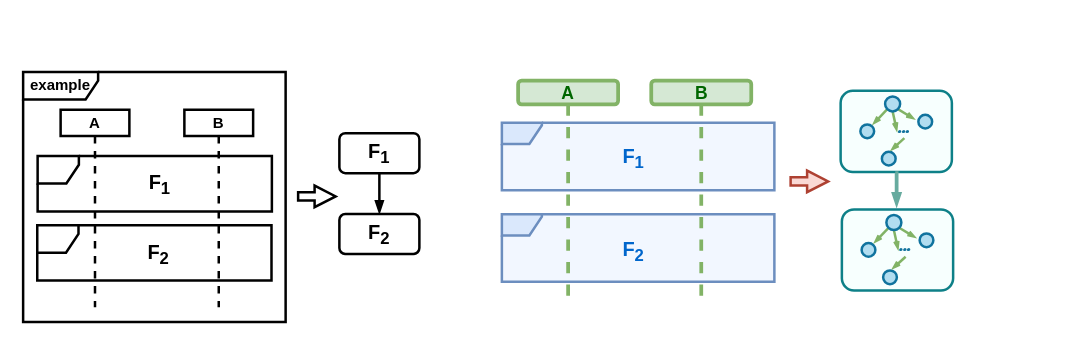
Before: seq.drawio in ShiYufei0708/draw, a draw.io diagram. Source tidied: cells renumbered, new cells numbered last; positions are measured from the earlier drawing's top-left corner, leaving out a move shared by most shapes. Both pictures are drawn from the tidied source at 125%, with x=0, y=0 at pixel (22, 21).
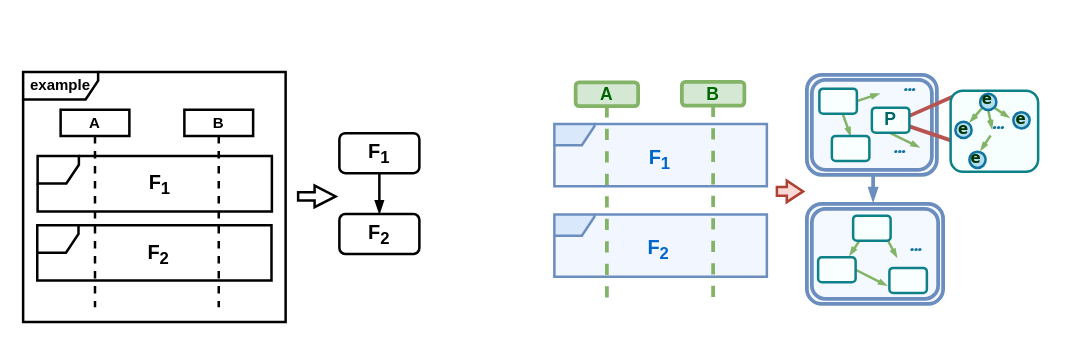
Above is the later version.

The edit, as a diff of the source:
```diff
@@
-    <mxCell id="2" style="shape=umlFrame;whiteSpace=wrap;html=1;width=32;height=17;fillColor=#dae8fc;strokeColor=#6c8ebf;fillStyle=auto;shadow=0;strokeWidth=2;swimlaneFillColor=light-dark(#F2F7FF,#002813);" parent="1" vertex="1">
-      <mxGeometry x="383" y="153.8" width="218" height="54" as="geometry" />
-    </mxCell>
+    <mxCell id="44" style="edgeStyle=orthogonalEdgeStyle;rounded=0;orthogonalLoop=1;jettySize=auto;html=1;exitX=0.75;exitY=1;exitDx=0;exitDy=0;entryX=0.75;entryY=0;entryDx=0;entryDy=0;endArrow=blockThin;endFill=1;strokeWidth=3;strokeColor=light-dark(#6c8ebf, #EDEDED);endSize=4;" parent="1" edge="1">
+      <mxGeometry relative="1" as="geometry">
+        <mxPoint x="680" y="117.1" as="sourcePoint" />
+        <mxPoint x="680" y="143.7" as="targetPoint" />
+      </mxGeometry>
+    </mxCell>
@@
-    <mxCell id="15" style="shape=umlFrame;whiteSpace=wrap;html=1;width=32;height=17;fillColor=#dae8fc;strokeColor=#6c8ebf;fillStyle=auto;shadow=0;strokeWidth=2;swimlaneFillColor=light-dark(#F2F7FF,#002813);" parent="1" vertex="1">
-      <mxGeometry x="383" y="80.7" width="218" height="54" as="geometry" />
-    </mxCell>
-    <mxCell id="16" value="&lt;font face=&quot;Helvetica&quot; style=&quot;color: rgb(0, 102, 0); font-size: 14px;&quot;&gt;&lt;b style=&quot;&quot;&gt;A&lt;/b&gt;&lt;/font&gt;" style="shape=umlLifeline;perimeter=lifelinePerimeter;whiteSpace=wrap;html=1;newEdgeStyle={&quot;curved&quot;:0,&quot;rounded&quot;:0};size=19;fillColor=#d5e8d4;strokeColor=#82b366;strokeWidth=3;rounded=1;shadow=0;" parent="1" vertex="1">
-      <mxGeometry x="396" y="47" width="80" height="175" as="geometry" />
-    </mxCell>
-    <mxCell id="17" value="&lt;font face=&quot;Helvetica&quot; style=&quot;color: rgb(0, 102, 0); font-size: 14px;&quot;&gt;&lt;b style=&quot;&quot;&gt;B&lt;/b&gt;&lt;/font&gt;" style="shape=umlLifeline;perimeter=lifelinePerimeter;whiteSpace=wrap;html=1;newEdgeStyle={&quot;curved&quot;:0,&quot;rounded&quot;:0};size=19;fillColor=#d5e8d4;strokeColor=#82b366;strokeWidth=3;rounded=1;shadow=0;" parent="1" vertex="1">
-      <mxGeometry x="502.5" y="47" width="80" height="175" as="geometry" />
-    </mxCell>
-    <mxCell id="18" value="&lt;span style=&quot;font-size: 16px;&quot;&gt;&lt;font style=&quot;color: rgb(0, 102, 204);&quot;&gt;F&lt;sub style=&quot;&quot;&gt;1&lt;/sub&gt;&lt;/font&gt;&lt;/span&gt;" style="text;html=1;align=center;verticalAlign=middle;strokeColor=none;fillColor=none;fontStyle=1;strokeWidth=2;" parent="1" vertex="1">
-      <mxGeometry x="470" y="92" width="35" height="34" as="geometry" />
-    </mxCell>
-    <mxCell id="19" value="&lt;span style=&quot;font-size: 16px;&quot;&gt;&lt;font style=&quot;color: rgb(0, 102, 204);&quot;&gt;F&lt;sub style=&quot;&quot;&gt;2&lt;/sub&gt;&lt;/font&gt;&lt;/span&gt;" style="text;html=1;align=center;verticalAlign=middle;strokeColor=none;fillColor=none;fontStyle=1;strokeWidth=2;" parent="1" vertex="1">
-      <mxGeometry x="470" y="167" width="35" height="34" as="geometry" />
-    </mxCell>
-    <mxCell id="20" style="html=1;shadow=0;dashed=0;align=center;verticalAlign=middle;shape=mxgraph.arrows2.arrow;dy=0.61;dx=16.82;notch=0;strokeWidth=2;fillColor=#fad9d5;strokeColor=#ae4132;" parent="1" vertex="1">
-      <mxGeometry x="614" y="119" width="30" height="17.2" as="geometry" />
+    <mxCell id="20" style="html=1;shadow=0;dashed=0;align=center;verticalAlign=middle;shape=mxgraph.arrows2.arrow;dy=0.59;dx=13.07;notch=0;strokeWidth=2;fillColor=#fad9d5;strokeColor=#ae4132;" parent="1" vertex="1">
+      <mxGeometry x="603" y="127" width="21" height="17.2" as="geometry" />
     </mxCell>
+    <mxCell id="45" style="shape=ext;double=1;rounded=1;whiteSpace=wrap;html=1;fillColor=#F4F9FF;strokeColor=#6c8ebf;strokeWidth=3;" parent="1" vertex="1">
+      <mxGeometry x="627" y="42.3" width="104" height="80" as="geometry" />
+    </mxCell>
+    <mxCell id="46" style="shape=ext;double=1;rounded=1;whiteSpace=wrap;html=1;fillColor=#F4F9FF;strokeColor=#6c8ebf;strokeWidth=3;" parent="1" vertex="1">
+      <mxGeometry x="627" y="145.6" width="109" height="80" as="geometry" />
+    </mxCell>
+    <mxCell id="47" style="rounded=0;jettySize=auto;html=1;entryX=0.5;entryY=0;entryDx=0;entryDy=0;endArrow=blockThin;endFill=1;strokeWidth=2;endSize=2;strokeColor=light-dark(#82b366, #319eff);" parent="1" edge="1" source="55" target="48">
+      <mxGeometry relative="1" as="geometry" />
+    </mxCell>
+    <mxCell id="48" style="rounded=1;whiteSpace=wrap;html=1;verticalAlign=bottom;fontStyle=1;strokeWidth=2;fillColor=light-dark(#f8fffe, #103c3f);strokeColor=#0e8088;" parent="1" vertex="1">
+      <mxGeometry x="647" y="91.2" width="30" height="20" as="geometry" />
+    </mxCell>
+    <mxCell id="49" style="rounded=1;whiteSpace=wrap;html=1;verticalAlign=bottom;fontStyle=1;strokeWidth=2;fillColor=light-dark(#f8fffe, #103c3f);strokeColor=#0e8088;" parent="1" vertex="1">
+      <mxGeometry x="693" y="196.8" width="30" height="20" as="geometry" />
+    </mxCell>
+    <mxCell id="50" value="&lt;b&gt;&lt;font style=&quot;font-size: 22px;&quot; face=&quot;Comic Sans MS&quot;&gt;...&lt;/font&gt;&lt;/b&gt;" style="text;html=1;align=center;verticalAlign=middle;strokeColor=none;fillColor=none;fontColor=light-dark(#12739e, #ededed);" parent="1" vertex="1">
+      <mxGeometry x="690" y="158.6" width="47" height="38" as="geometry" />
+    </mxCell>
+    <mxCell id="51" value="&lt;b&gt;&lt;font style=&quot;font-size: 22px;&quot; face=&quot;Comic Sans MS&quot;&gt;...&lt;/font&gt;&lt;/b&gt;" style="text;html=1;align=center;verticalAlign=middle;strokeColor=none;fillColor=none;fontColor=light-dark(#12739e, #ededed);" parent="1" vertex="1">
+      <mxGeometry x="677" y="79.9" width="47" height="38" as="geometry" />
+    </mxCell>
+    <mxCell id="52" value="&lt;b&gt;&lt;font style=&quot;font-size: 22px;&quot; face=&quot;Comic Sans MS&quot;&gt;...&lt;/font&gt;&lt;/b&gt;" style="text;html=1;align=center;verticalAlign=middle;points=[];strokeColor=none;fillColor=none;fontColor=light-dark(#12739e, #ededed);" parent="1" vertex="1">
+      <mxGeometry x="685" y="30.7" width="47" height="38" as="geometry" />
+    </mxCell>
+    <mxCell id="53" style="rounded=0;jettySize=auto;html=1;endArrow=blockThin;endFill=1;strokeWidth=2;endSize=2;strokeColor=light-dark(#82b366, #319eff);exitX=1;exitY=0.5;exitDx=0;exitDy=0;" parent="1" edge="1" source="55" target="52">
+      <mxGeometry relative="1" as="geometry" />
+    </mxCell>
+    <mxCell id="54" style="rounded=0;orthogonalLoop=1;jettySize=auto;html=1;endArrow=blockThin;endFill=1;strokeWidth=2;endSize=2;strokeColor=light-dark(#82b366, #319eff);exitX=0.5;exitY=1;exitDx=0;exitDy=0;" parent="1" edge="1">
+      <mxGeometry relative="1" as="geometry">
+        <mxPoint x="693" y="88.6" as="sourcePoint" />
+        <mxPoint x="717" y="100.3" as="targetPoint" />
+      </mxGeometry>
+    </mxCell>
+    <mxCell id="55" style="rounded=1;whiteSpace=wrap;html=1;verticalAlign=bottom;fontStyle=1;strokeWidth=2;fillColor=light-dark(#f8fffe, #103c3f);strokeColor=#0e8088;" parent="1" vertex="1">
+      <mxGeometry x="637" y="53.4" width="30" height="20" as="geometry" />
+    </mxCell>
+    <mxCell id="56" style="rounded=0;orthogonalLoop=1;jettySize=auto;html=1;entryX=0.5;entryY=0;entryDx=0;entryDy=0;endArrow=blockThin;endFill=1;strokeWidth=2;endSize=2;strokeColor=light-dark(#82b366, #319eff);" parent="1" edge="1">
+      <mxGeometry relative="1" as="geometry">
+        <mxPoint x="692" y="175.3" as="sourcePoint" />
+        <mxPoint x="699" y="188.3" as="targetPoint" />
+      </mxGeometry>
+    </mxCell>
+    <mxCell id="57" style="rounded=0;jettySize=auto;html=1;endArrow=blockThin;endFill=1;strokeWidth=2;endSize=2;strokeColor=light-dark(#82b366, #319eff);exitX=0.154;exitY=1.04;exitDx=0;exitDy=0;exitPerimeter=0;entryX=0.841;entryY=-0.073;entryDx=0;entryDy=0;entryPerimeter=0;" parent="1" edge="1" source="60" target="59">
+      <mxGeometry relative="1" as="geometry" />
+    </mxCell>
+    <mxCell id="58" style="rounded=0;jettySize=auto;html=1;endArrow=blockThin;endFill=1;strokeWidth=2;endSize=2;strokeColor=light-dark(#82b366, #319eff);exitX=1;exitY=0.5;exitDx=0;exitDy=0;" parent="1" edge="1" source="59">
+      <mxGeometry relative="1" as="geometry">
+        <mxPoint x="691" y="211" as="targetPoint" />
+      </mxGeometry>
+    </mxCell>
+    <mxCell id="59" style="rounded=1;whiteSpace=wrap;html=1;verticalAlign=bottom;fontStyle=1;strokeWidth=2;fillColor=light-dark(#f8fffe, #103c3f);strokeColor=#0e8088;" parent="1" vertex="1">
+      <mxGeometry x="636" y="188.3" width="30" height="20" as="geometry" />
+    </mxCell>
+    <mxCell id="60" style="rounded=1;whiteSpace=wrap;html=1;verticalAlign=bottom;fontStyle=1;strokeWidth=2;fillColor=light-dark(#f8fffe, #103c3f);strokeColor=#0e8088;" parent="1" vertex="1">
+      <mxGeometry x="664" y="155" width="30" height="20" as="geometry" />
+    </mxCell>
+    <mxCell id="61" style="rounded=0;jettySize=auto;html=1;exitX=0.97;exitY=0.351;exitDx=0;exitDy=0;entryX=0.022;entryY=0.075;entryDx=0;entryDy=0;endArrow=none;endFill=0;entryPerimeter=0;strokeWidth=3;endSize=5;strokeColor=light-dark(#b85450, #ededed);curved=1;fontSize=14;exitPerimeter=0;" parent="1" edge="1" source="67" target="22">
+      <mxGeometry relative="1" as="geometry" />
+    </mxCell>
+    <mxCell id="62" style="rounded=0;jettySize=auto;html=1;endArrow=none;endFill=0;strokeWidth=3;endSize=5;strokeColor=light-dark(#b85450, #ededed);curved=1;fontSize=14;exitX=1;exitY=0.75;exitDx=0;exitDy=0;" parent="1" edge="1" source="67">
+      <mxGeometry relative="1" as="geometry">
+        <mxPoint x="787" y="110" as="targetPoint" />
+      </mxGeometry>
+    </mxCell>
     <mxCell id="21" style="group;" parent="1" vertex="1">
-      <mxGeometry x="654" y="55.1" width="89" height="64.9" as="geometry" />
+      <mxGeometry x="742" y="53" width="89" height="70.8" as="geometry" />
     </mxCell>
     <mxCell id="22" style="rounded=1;whiteSpace=wrap;html=1;strokeWidth=2;fillColor=#F7FFFE;strokeColor=#0e8088;" parent="21" vertex="1">
-      <mxGeometry width="89" height="64.9" as="geometry" />
+      <mxGeometry y="2" width="70" height="64.9" as="geometry" />
     </mxCell>
@@
     <mxCell id="24" style="ellipse;whiteSpace=wrap;html=1;strokeWidth=2;fillColor=#b1ddf0;strokeColor=#10739e;" parent="21" vertex="1">
-      <mxGeometry x="62.2" y="19.2" width="11" height="11" as="geometry" />
+      <mxGeometry x="50.2" y="19.2" width="13" height="13" as="geometry" />
     </mxCell>
     <mxCell id="25" style="ellipse;whiteSpace=wrap;html=1;strokeWidth=2;fillColor=#b1ddf0;strokeColor=#10739e;" parent="21" vertex="1">
-      <mxGeometry x="33" y="48.8" width="11" height="11" as="geometry" />
+      <mxGeometry x="15" y="50.8" width="13" height="13" as="geometry" />
     </mxCell>
     <mxCell id="26" style="ellipse;whiteSpace=wrap;html=1;strokeWidth=2;fillColor=#b1ddf0;strokeColor=#10739e;" parent="21" vertex="1">
-      <mxGeometry x="15.8" y="26.9" width="11" height="11" as="geometry" />
+      <mxGeometry x="3.8" y="26.9" width="13" height="13" as="geometry" />
     </mxCell>
@@
     <mxCell id="28" style="rounded=0;jettySize=auto;html=1;endArrow=openThin;endFill=0;strokeColor=#82b366;strokeWidth=2;fillColor=#d5e8d4;endSize=3;exitX=0.5;exitY=1;exitDx=0;exitDy=0;" parent="21" edge="1" source="30">
       <mxGeometry relative="1" as="geometry">
-        <mxPoint x="45.1" y="32.6" as="targetPoint" />
+        <mxPoint x="33.1" y="32.6" as="targetPoint" />
       </mxGeometry>
     </mxCell>
     <mxCell id="29" style="rounded=0;orthogonalLoop=1;jettySize=auto;html=1;endArrow=openThin;endFill=0;strokeColor=#82b366;strokeWidth=2;fillColor=#d5e8d4;endSize=3;" parent="21" edge="1">
       <mxGeometry relative="1" as="geometry">
-        <mxPoint x="51" y="37.9" as="sourcePoint" />
-        <mxPoint x="40" y="47.9" as="targetPoint" />
+        <mxPoint x="32" y="37.9" as="sourcePoint" />
+        <mxPoint x="24" y="49.9" as="targetPoint" />
       </mxGeometry>
     </mxCell>
     <mxCell id="30" style="ellipse;whiteSpace=wrap;html=1;strokeWidth=2;fillColor=#b1ddf0;strokeColor=#10739e;" parent="21" vertex="1">
-      <mxGeometry x="35.6" y="4.5" width="12" height="12" as="geometry" />
+      <mxGeometry x="23.6" y="4.5" width="13" height="13" as="geometry" />
     </mxCell>
+    <mxCell id="63" value="&lt;font style=&quot;color: rgb(0, 51, 0);&quot; face=&quot;Verdana&quot;&gt;&lt;b style=&quot;&quot;&gt;e&lt;/b&gt;&lt;/font&gt;" style="text;html=1;align=center;verticalAlign=middle;strokeColor=none;fillColor=none;" parent="21" vertex="1">
+      <mxGeometry x="42.9" y="11.2" width="26" height="27" as="geometry" />
+    </mxCell>
+    <mxCell id="64" value="&lt;font style=&quot;color: rgb(0, 51, 0);&quot; face=&quot;Verdana&quot;&gt;&lt;b style=&quot;&quot;&gt;e&lt;/b&gt;&lt;/font&gt;" style="text;html=1;align=center;verticalAlign=middle;strokeColor=none;fillColor=none;" parent="21" vertex="1">
+      <mxGeometry x="-2.6" y="19" width="26" height="27" as="geometry" />
+    </mxCell>
+    <mxCell id="65" value="&lt;font style=&quot;color: rgb(0, 51, 0);&quot; face=&quot;Verdana&quot;&gt;&lt;b style=&quot;&quot;&gt;e&lt;/b&gt;&lt;/font&gt;" style="text;html=1;align=center;verticalAlign=middle;strokeColor=none;fillColor=none;" parent="21" vertex="1">
+      <mxGeometry x="6.5" y="42.8" width="26" height="27" as="geometry" />
+    </mxCell>
+    <mxCell id="66" value="&lt;font style=&quot;color: rgb(0, 51, 0);&quot; face=&quot;Verdana&quot;&gt;&lt;b style=&quot;&quot;&gt;e&lt;/b&gt;&lt;/font&gt;" style="text;html=1;align=center;verticalAlign=middle;strokeColor=none;fillColor=none;" parent="21" vertex="1">
+      <mxGeometry x="15.9" y="-4.1" width="26" height="27" as="geometry" />
+    </mxCell>
     <mxCell id="31" value="&lt;b&gt;&lt;font style=&quot;font-size: 22px;&quot; face=&quot;Comic Sans MS&quot;&gt;...&lt;/font&gt;&lt;/b&gt;" style="text;html=1;align=center;verticalAlign=middle;strokeColor=none;fillColor=none;fontColor=light-dark(#12739e, #ededed);" parent="21" vertex="1">
-      <mxGeometry x="26.2" y="8.9" width="47" height="38" as="geometry" />
+      <mxGeometry x="14.5" y="8" width="47" height="38" as="geometry" />
     </mxCell>
-    <mxCell id="32" style="edgeStyle=orthogonalEdgeStyle;rounded=0;orthogonalLoop=1;jettySize=auto;html=1;exitX=0.75;exitY=1;exitDx=0;exitDy=0;entryX=0.75;entryY=0;entryDx=0;entryDy=0;endArrow=blockThin;endFill=1;strokeWidth=3;strokeColor=light-dark(#67ab9f, #ededed);endSize=4;" parent="1" edge="1">
-      <mxGeometry relative="1" as="geometry">
-        <mxPoint x="697.7" y="121" as="sourcePoint" />
-        <mxPoint x="698.8" y="148" as="targetPoint" />
-      </mxGeometry>
-    </mxCell>
-    <mxCell id="33" style="group;" parent="1" vertex="1">
-      <mxGeometry x="655" y="150" width="89" height="64.9" as="geometry" />
-    </mxCell>
-    <mxCell id="34" style="rounded=1;whiteSpace=wrap;html=1;strokeWidth=2;fillColor=#F7FFFE;strokeColor=#0e8088;" parent="33" vertex="1">
-      <mxGeometry width="89" height="64.9" as="geometry" />
-    </mxCell>
-    <mxCell id="35" style="rounded=0;jettySize=auto;html=1;endArrow=openThin;endFill=0;strokeColor=#82b366;strokeWidth=2;fillColor=#d5e8d4;endSize=3;entryX=-0.25;entryY=0.336;entryDx=0;entryDy=0;entryPerimeter=0;exitX=1;exitY=1;exitDx=0;exitDy=0;" parent="33" edge="1" source="42" target="36">
-      <mxGeometry relative="1" as="geometry" />
-    </mxCell>
-    <mxCell id="36" style="ellipse;whiteSpace=wrap;html=1;strokeWidth=2;fillColor=#b1ddf0;strokeColor=#10739e;" parent="33" vertex="1">
-      <mxGeometry x="62.2" y="19.2" width="11" height="11" as="geometry" />
-    </mxCell>
-    <mxCell id="37" style="ellipse;whiteSpace=wrap;html=1;strokeWidth=2;fillColor=#b1ddf0;strokeColor=#10739e;" parent="33" vertex="1">
-      <mxGeometry x="33" y="48.8" width="11" height="11" as="geometry" />
-    </mxCell>
-    <mxCell id="38" style="ellipse;whiteSpace=wrap;html=1;strokeWidth=2;fillColor=#b1ddf0;strokeColor=#10739e;" parent="33" vertex="1">
-      <mxGeometry x="15.8" y="26.9" width="11" height="11" as="geometry" />
-    </mxCell>
-    <mxCell id="39" style="rounded=0;jettySize=auto;html=1;endArrow=openThin;endFill=0;strokeColor=#82b366;strokeWidth=2;fillColor=#d5e8d4;endSize=3;exitX=0;exitY=1;exitDx=0;exitDy=0;entryX=0.89;entryY=0.017;entryDx=0;entryDy=0;entryPerimeter=0;" parent="33" edge="1" source="42" target="38">
-      <mxGeometry relative="1" as="geometry" />
-    </mxCell>
-    <mxCell id="40" style="rounded=0;jettySize=auto;html=1;endArrow=openThin;endFill=0;strokeColor=#82b366;strokeWidth=2;fillColor=#d5e8d4;endSize=3;exitX=0.5;exitY=1;exitDx=0;exitDy=0;" parent="33" edge="1" source="42">
-      <mxGeometry relative="1" as="geometry">
-        <mxPoint x="45.1" y="32.6" as="targetPoint" />
-      </mxGeometry>
-    </mxCell>
-    <mxCell id="41" style="rounded=0;orthogonalLoop=1;jettySize=auto;html=1;endArrow=openThin;endFill=0;strokeColor=#82b366;strokeWidth=2;fillColor=#d5e8d4;endSize=3;" parent="33" edge="1">
-      <mxGeometry relative="1" as="geometry">
-        <mxPoint x="51" y="37.9" as="sourcePoint" />
-        <mxPoint x="40" y="47.9" as="targetPoint" />
-      </mxGeometry>
-    </mxCell>
-    <mxCell id="42" style="ellipse;whiteSpace=wrap;html=1;strokeWidth=2;fillColor=#b1ddf0;strokeColor=#10739e;" parent="33" vertex="1">
-      <mxGeometry x="35.6" y="4.5" width="12" height="12" as="geometry" />
-    </mxCell>
-    <mxCell id="43" value="&lt;b&gt;&lt;font style=&quot;font-size: 22px;&quot; face=&quot;Comic Sans MS&quot;&gt;...&lt;/font&gt;&lt;/b&gt;" style="text;html=1;align=center;verticalAlign=middle;strokeColor=none;fillColor=none;fontColor=light-dark(#12739e, #ededed);" parent="33" vertex="1">
-      <mxGeometry x="26.2" y="8.9" width="47" height="38" as="geometry" />
-    </mxCell>
+    <mxCell id="67" value="&lt;font style=&quot;color: rgb(0, 102, 102); font-size: 14px;&quot;&gt;P&lt;/font&gt;&lt;span style=&quot;font-size: 8.33333px;&quot;&gt;&lt;/span&gt;" style="rounded=1;whiteSpace=wrap;html=1;verticalAlign=bottom;fontStyle=1;strokeWidth=2;fillColor=light-dark(#f8fffe, #103c3f);strokeColor=#0e8088;" parent="1" vertex="1">
+      <mxGeometry x="679" y="68.6" width="30" height="20" as="geometry" />
+    </mxCell>
+    <mxCell id="68" style="group;" parent="1" vertex="1">
+      <mxGeometry x="420" y="48" width="170" height="175" as="geometry" />
+    </mxCell>
+    <mxCell id="2" style="shape=umlFrame;whiteSpace=wrap;html=1;width=32;height=17;fillColor=#dae8fc;strokeColor=#6c8ebf;fillStyle=auto;shadow=0;strokeWidth=2;swimlaneFillColor=light-dark(#F2F7FF,#002813);" parent="68" vertex="1">
+      <mxGeometry x="5" y="106" width="170" height="49.9" as="geometry" />
+    </mxCell>
+    <mxCell id="15" style="shape=umlFrame;whiteSpace=wrap;html=1;width=32;height=17;fillColor=#dae8fc;strokeColor=#6c8ebf;fillStyle=auto;shadow=0;strokeWidth=2;swimlaneFillColor=light-dark(#F2F7FF,#002813);" parent="68" vertex="1">
+      <mxGeometry x="5" y="33.6" width="170" height="49.9" as="geometry" />
+    </mxCell>
+    <mxCell id="16" value="&lt;font face=&quot;Helvetica&quot; style=&quot;color: rgb(0, 102, 0); font-size: 14px;&quot;&gt;&lt;b style=&quot;&quot;&gt;A&lt;/b&gt;&lt;/font&gt;" style="shape=umlLifeline;perimeter=lifelinePerimeter;whiteSpace=wrap;html=1;newEdgeStyle={&quot;curved&quot;:0,&quot;rounded&quot;:0};size=19;fillColor=#d5e8d4;strokeColor=#82b366;strokeWidth=3;rounded=1;shadow=0;" parent="68" vertex="1">
+      <mxGeometry x="22" y="0.4" width="50" height="175" as="geometry" />
+    </mxCell>
+    <mxCell id="17" value="&lt;font face=&quot;Helvetica&quot; style=&quot;color: rgb(0, 102, 0); font-size: 14px;&quot;&gt;&lt;b style=&quot;&quot;&gt;B&lt;/b&gt;&lt;/font&gt;" style="shape=umlLifeline;perimeter=lifelinePerimeter;whiteSpace=wrap;html=1;newEdgeStyle={&quot;curved&quot;:0,&quot;rounded&quot;:0};size=19;fillColor=#d5e8d4;strokeColor=#82b366;strokeWidth=3;rounded=1;shadow=0;" parent="68" vertex="1">
+      <mxGeometry x="107" width="50" height="174.6" as="geometry" />
+    </mxCell>
+    <mxCell id="18" value="&lt;span style=&quot;font-size: 16px;&quot;&gt;&lt;font style=&quot;color: rgb(0, 102, 204);&quot;&gt;F&lt;sub style=&quot;&quot;&gt;1&lt;/sub&gt;&lt;/font&gt;&lt;/span&gt;" style="text;html=1;align=center;verticalAlign=middle;strokeColor=none;fillColor=none;fontStyle=1;strokeWidth=2;" parent="68" vertex="1">
+      <mxGeometry x="71.5" y="44.8" width="35" height="34" as="geometry" />
+    </mxCell>
+    <mxCell id="19" value="&lt;span style=&quot;font-size: 16px;&quot;&gt;&lt;font style=&quot;color: rgb(0, 102, 204);&quot;&gt;F&lt;sub style=&quot;&quot;&gt;2&lt;/sub&gt;&lt;/font&gt;&lt;/span&gt;" style="text;html=1;align=center;verticalAlign=middle;strokeColor=none;fillColor=none;fontStyle=1;strokeWidth=2;" parent="68" vertex="1">
+      <mxGeometry x="70" y="116.6" width="35" height="34" as="geometry" />
+    </mxCell>
```
